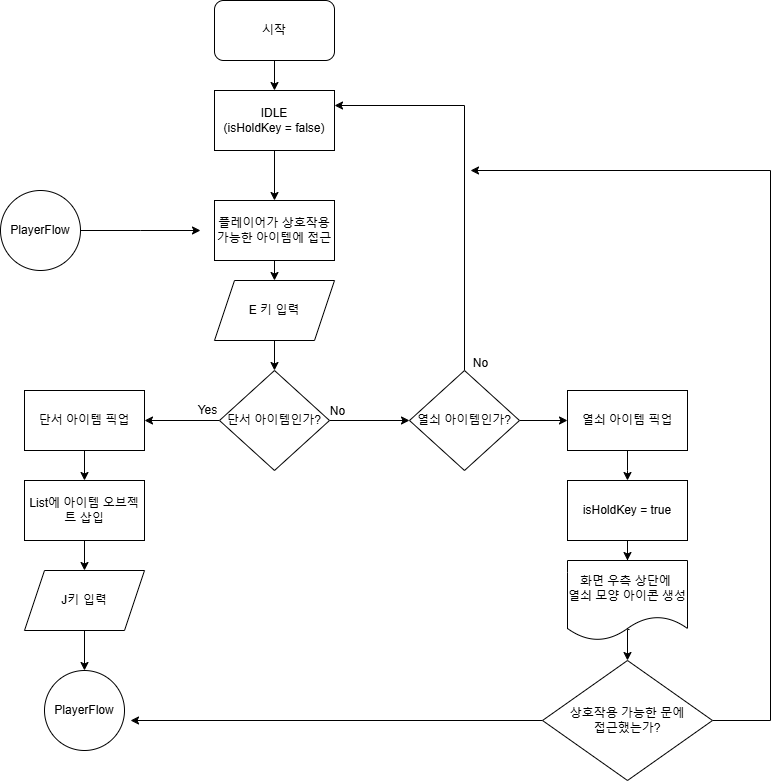
This is FlowChart/ItemFlow.drawio.png from shin0624/Studio_Chosun_Heresis, a draw.io export, as it was before one commit. Source tidied: cells renumbered, new cells last; positions are measured from the earlier drawing's top-left corner, leaving out a move shared by most shapes. The source it was exported from:
```xml
<mxGraphModel>
  <root>
    <mxCell id="0" />
    <mxCell id="1" parent="0" />
    <mxCell id="2" style="edgeStyle=orthogonalEdgeStyle;rounded=0;jettySize=auto;html=1;" parent="1" edge="1" source="26" target="5">
      <mxGeometry relative="1" as="geometry" />
    </mxCell>
    <mxCell id="3" value="시작" style="rounded=1;whiteSpace=wrap;html=1;" parent="1" vertex="1">
      <mxGeometry x="214" width="120" height="60" as="geometry" />
    </mxCell>
    <mxCell id="4" style="edgeStyle=orthogonalEdgeStyle;rounded=0;jettySize=auto;html=1;" parent="1" edge="1" source="5">
      <mxGeometry relative="1" as="geometry">
        <mxPoint x="274" y="280" as="targetPoint" />
      </mxGeometry>
    </mxCell>
    <mxCell id="5" value="플레이어가 상호작용 가능한 아이템에 접근" style="rounded=0;whiteSpace=wrap;html=1;" parent="1" vertex="1">
      <mxGeometry x="214" y="200" width="120" height="60" as="geometry" />
    </mxCell>
    <mxCell id="6" style="edgeStyle=orthogonalEdgeStyle;rounded=0;jettySize=auto;html=1;" parent="1" edge="1" source="7">
      <mxGeometry relative="1" as="geometry">
        <mxPoint x="200" y="230" as="targetPoint" />
      </mxGeometry>
    </mxCell>
    <mxCell id="7" value="PlayerFlow" style="ellipse;whiteSpace=wrap;html=1;" parent="1" vertex="1">
      <mxGeometry y="190" width="80" height="80" as="geometry" />
    </mxCell>
    <mxCell id="8" style="edgeStyle=orthogonalEdgeStyle;rounded=0;jettySize=auto;html=1;" parent="1" edge="1" source="9" target="12">
      <mxGeometry relative="1" as="geometry" />
    </mxCell>
    <mxCell id="9" value="E 키 입력" style="shape=parallelogram;perimeter=parallelogramPerimeter;whiteSpace=wrap;html=1;fixedSize=1;" parent="1" vertex="1">
      <mxGeometry x="214" y="280" width="120" height="60" as="geometry" />
    </mxCell>
    <mxCell id="10" style="edgeStyle=orthogonalEdgeStyle;rounded=0;jettySize=auto;html=1;" parent="1" edge="1" source="12" target="14">
      <mxGeometry relative="1" as="geometry" />
    </mxCell>
    <mxCell id="11" style="edgeStyle=orthogonalEdgeStyle;rounded=0;jettySize=auto;html=1;" parent="1" edge="1" source="12" target="23">
      <mxGeometry relative="1" as="geometry" />
    </mxCell>
    <mxCell id="12" value="단서 아이템인가?" style="rhombus;whiteSpace=wrap;html=1;" parent="1" vertex="1">
      <mxGeometry x="219" y="370" width="110" height="100" as="geometry" />
    </mxCell>
    <mxCell id="13" style="edgeStyle=orthogonalEdgeStyle;rounded=0;jettySize=auto;html=1;" parent="1" edge="1" source="14" target="16">
      <mxGeometry relative="1" as="geometry" />
    </mxCell>
    <mxCell id="14" value="단서 아이템 픽업" style="whiteSpace=wrap;html=1;" parent="1" vertex="1">
      <mxGeometry x="24" y="390" width="120" height="60" as="geometry" />
    </mxCell>
    <mxCell id="15" style="edgeStyle=orthogonalEdgeStyle;rounded=0;jettySize=auto;html=1;" parent="1" edge="1" source="16" target="18">
      <mxGeometry relative="1" as="geometry" />
    </mxCell>
    <mxCell id="16" value="List에 아이템 오브젝트 삽입" style="whiteSpace=wrap;html=1;" parent="1" vertex="1">
      <mxGeometry x="24" y="480" width="120" height="60" as="geometry" />
    </mxCell>
    <mxCell id="17" style="edgeStyle=orthogonalEdgeStyle;rounded=0;jettySize=auto;html=1;" parent="1" edge="1" source="18" target="19">
      <mxGeometry relative="1" as="geometry" />
    </mxCell>
    <mxCell id="18" value="J키 입력" style="shape=parallelogram;perimeter=parallelogramPerimeter;whiteSpace=wrap;html=1;fixedSize=1;" parent="1" vertex="1">
      <mxGeometry x="24" y="570" width="120" height="60" as="geometry" />
    </mxCell>
    <mxCell id="19" value="PlayerFlow" style="ellipse;whiteSpace=wrap;html=1;" parent="1" vertex="1">
      <mxGeometry x="44" y="670" width="80" height="80" as="geometry" />
    </mxCell>
    <mxCell id="20" value="Yes" style="text;html=1;align=center;verticalAlign=middle;strokeColor=none;fillColor=none;" parent="1" vertex="1">
      <mxGeometry x="187" y="395" width="40" height="30" as="geometry" />
    </mxCell>
    <mxCell id="21" style="edgeStyle=orthogonalEdgeStyle;rounded=0;jettySize=auto;html=1;entryX=1;entryY=0.25;entryDx=0;entryDy=0;" parent="1" edge="1" source="23" target="26">
      <mxGeometry relative="1" as="geometry">
        <Array as="points">
          <mxPoint x="464" y="105" />
        </Array>
      </mxGeometry>
    </mxCell>
    <mxCell id="22" style="edgeStyle=orthogonalEdgeStyle;rounded=0;jettySize=auto;html=1;" parent="1" edge="1" source="23" target="29">
      <mxGeometry relative="1" as="geometry" />
    </mxCell>
    <mxCell id="23" value="열쇠 아이템인가?" style="rhombus;whiteSpace=wrap;html=1;" parent="1" vertex="1">
      <mxGeometry x="409" y="370" width="110" height="100" as="geometry" />
    </mxCell>
    <mxCell id="24" value="No" style="text;html=1;align=center;verticalAlign=middle;strokeColor=none;fillColor=none;" parent="1" vertex="1">
      <mxGeometry x="317" y="396" width="40" height="30" as="geometry" />
    </mxCell>
    <mxCell id="25" style="edgeStyle=orthogonalEdgeStyle;rounded=0;jettySize=auto;html=1;" parent="1" edge="1" source="3" target="26">
      <mxGeometry relative="1" as="geometry" />
    </mxCell>
    <mxCell id="26" value="IDLE&lt;div&gt;(isHoldKey = false)&lt;/div&gt;" style="rounded=0;whiteSpace=wrap;html=1;" parent="1" vertex="1">
      <mxGeometry x="214" y="90" width="120" height="60" as="geometry" />
    </mxCell>
    <mxCell id="27" value="No" style="text;html=1;align=center;verticalAlign=middle;strokeColor=none;fillColor=none;" parent="1" vertex="1">
      <mxGeometry x="460" y="348" width="40" height="30" as="geometry" />
    </mxCell>
    <mxCell id="28" style="edgeStyle=orthogonalEdgeStyle;rounded=0;jettySize=auto;html=1;" parent="1" edge="1" source="29">
      <mxGeometry relative="1" as="geometry">
        <mxPoint x="627" y="480" as="targetPoint" />
      </mxGeometry>
    </mxCell>
    <mxCell id="29" value="열쇠 아이템 픽업" style="whiteSpace=wrap;html=1;" parent="1" vertex="1">
      <mxGeometry x="567" y="390" width="120" height="60" as="geometry" />
    </mxCell>
    <mxCell id="30" style="edgeStyle=orthogonalEdgeStyle;rounded=0;jettySize=auto;html=1;" parent="1" edge="1" source="31" target="33">
      <mxGeometry relative="1" as="geometry" />
    </mxCell>
    <mxCell id="31" value="isHoldKey = true" style="rounded=0;whiteSpace=wrap;html=1;" parent="1" vertex="1">
      <mxGeometry x="567" y="480" width="120" height="60" as="geometry" />
    </mxCell>
    <mxCell id="32" style="edgeStyle=orthogonalEdgeStyle;rounded=0;jettySize=auto;html=1;exitX=0.517;exitY=0.863;exitDx=0;exitDy=0;exitPerimeter=0;" parent="1" edge="1" source="33" target="36">
      <mxGeometry relative="1" as="geometry">
        <Array as="points">
          <mxPoint x="627" y="629" />
        </Array>
      </mxGeometry>
    </mxCell>
    <mxCell id="33" value="화면 우측 상단에&amp;nbsp;&lt;div&gt;열쇠 모양&amp;nbsp;&lt;span style=&quot;background-color: initial;&quot;&gt;아이콘 생성&lt;/span&gt;&lt;/div&gt;" style="shape=document;whiteSpace=wrap;html=1;boundedLbl=1;rounded=0;" parent="1" vertex="1">
      <mxGeometry x="567" y="560" width="120" height="80" as="geometry" />
    </mxCell>
    <mxCell id="34" style="edgeStyle=orthogonalEdgeStyle;rounded=0;jettySize=auto;html=1;" parent="1" edge="1" source="36">
      <mxGeometry relative="1" as="geometry">
        <mxPoint x="470" y="170" as="targetPoint" />
        <Array as="points">
          <mxPoint x="770" y="720" />
          <mxPoint x="770" y="170" />
        </Array>
      </mxGeometry>
    </mxCell>
    <mxCell id="35" style="edgeStyle=orthogonalEdgeStyle;rounded=0;jettySize=auto;html=1;" parent="1" edge="1" source="36">
      <mxGeometry relative="1" as="geometry">
        <mxPoint x="130" y="720" as="targetPoint" />
      </mxGeometry>
    </mxCell>
    <mxCell id="36" value="상호작용 가능한 문에&lt;div&gt;접근했는가?&lt;/div&gt;" style="rhombus;whiteSpace=wrap;html=1;" parent="1" vertex="1">
      <mxGeometry x="542" y="660" width="170" height="120" as="geometry" />
    </mxCell>
  </root>
</mxGraphModel>
```
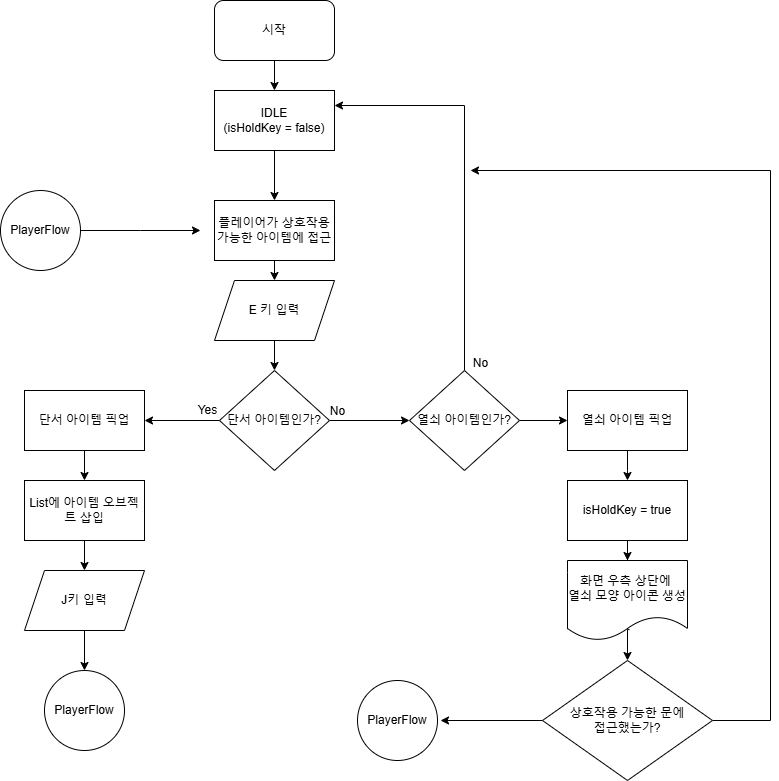
Later version of the same file.

Commit message:
아이템 상호작용 플로우차트

Change to the diagram source:
```diff
@@ -121,13 +121,16 @@
         </Array>
       </mxGeometry>
     </mxCell>
-    <mxCell id="35" style="edgeStyle=orthogonalEdgeStyle;rounded=0;jettySize=auto;html=1;" parent="1" edge="1" source="36">
-      <mxGeometry relative="1" as="geometry">
-        <mxPoint x="130" y="720" as="targetPoint" />
-      </mxGeometry>
-    </mxCell>
+    <mxCell id="37" style="edgeStyle=orthogonalEdgeStyle;rounded=0;jettySize=auto;html=1;" parent="1" edge="1" source="36">
+      <mxGeometry relative="1" as="geometry">
+        <mxPoint x="440" y="720" as="targetPoint" />
+      </mxGeometry>
+    </mxCell>
     <mxCell id="36" value="상호작용 가능한 문에&lt;div&gt;접근했는가?&lt;/div&gt;" style="rhombus;whiteSpace=wrap;html=1;" parent="1" vertex="1">
       <mxGeometry x="542" y="660" width="170" height="120" as="geometry" />
     </mxCell>
+    <mxCell id="38" value="PlayerFlow" style="ellipse;whiteSpace=wrap;html=1;" parent="1" vertex="1">
+      <mxGeometry x="357" y="680" width="80" height="80" as="geometry" />
+    </mxCell>
   </root>
 </mxGraphModel>
```
